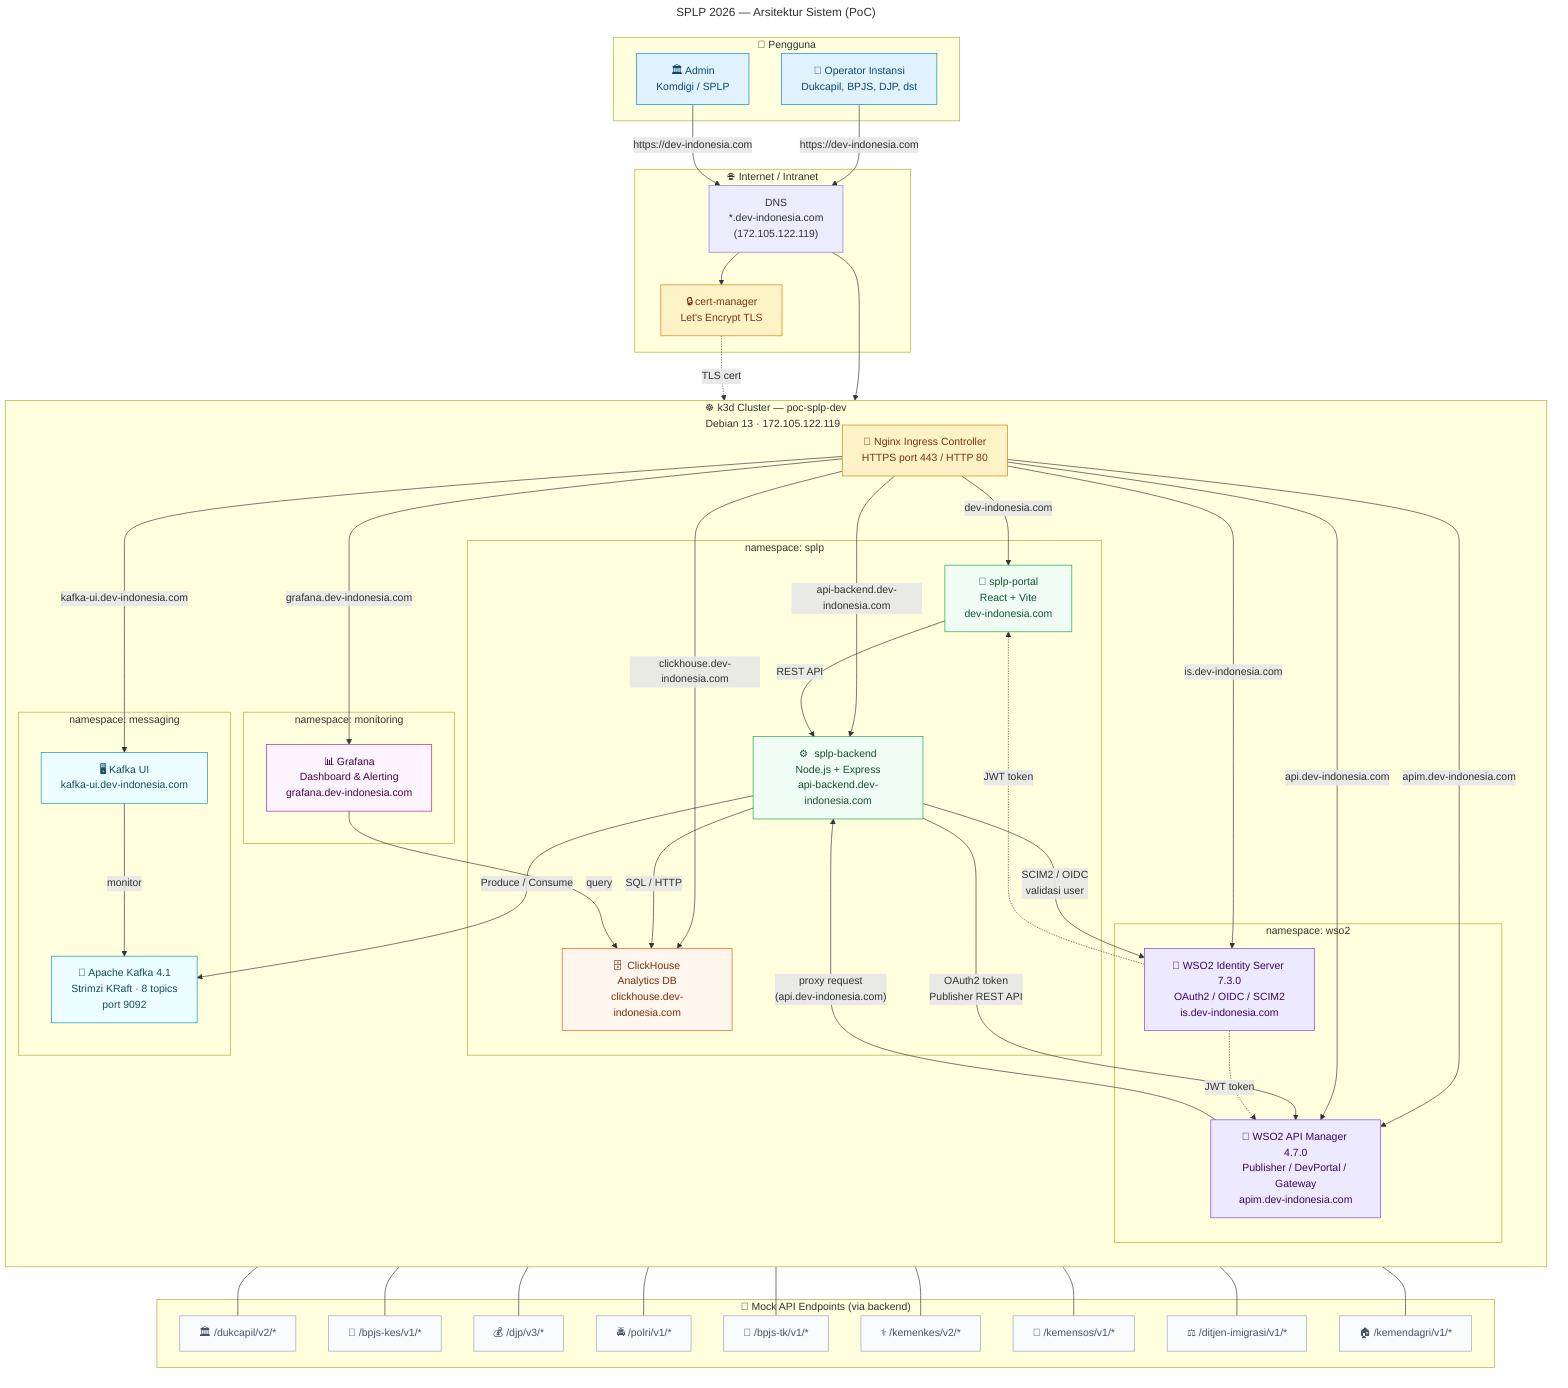
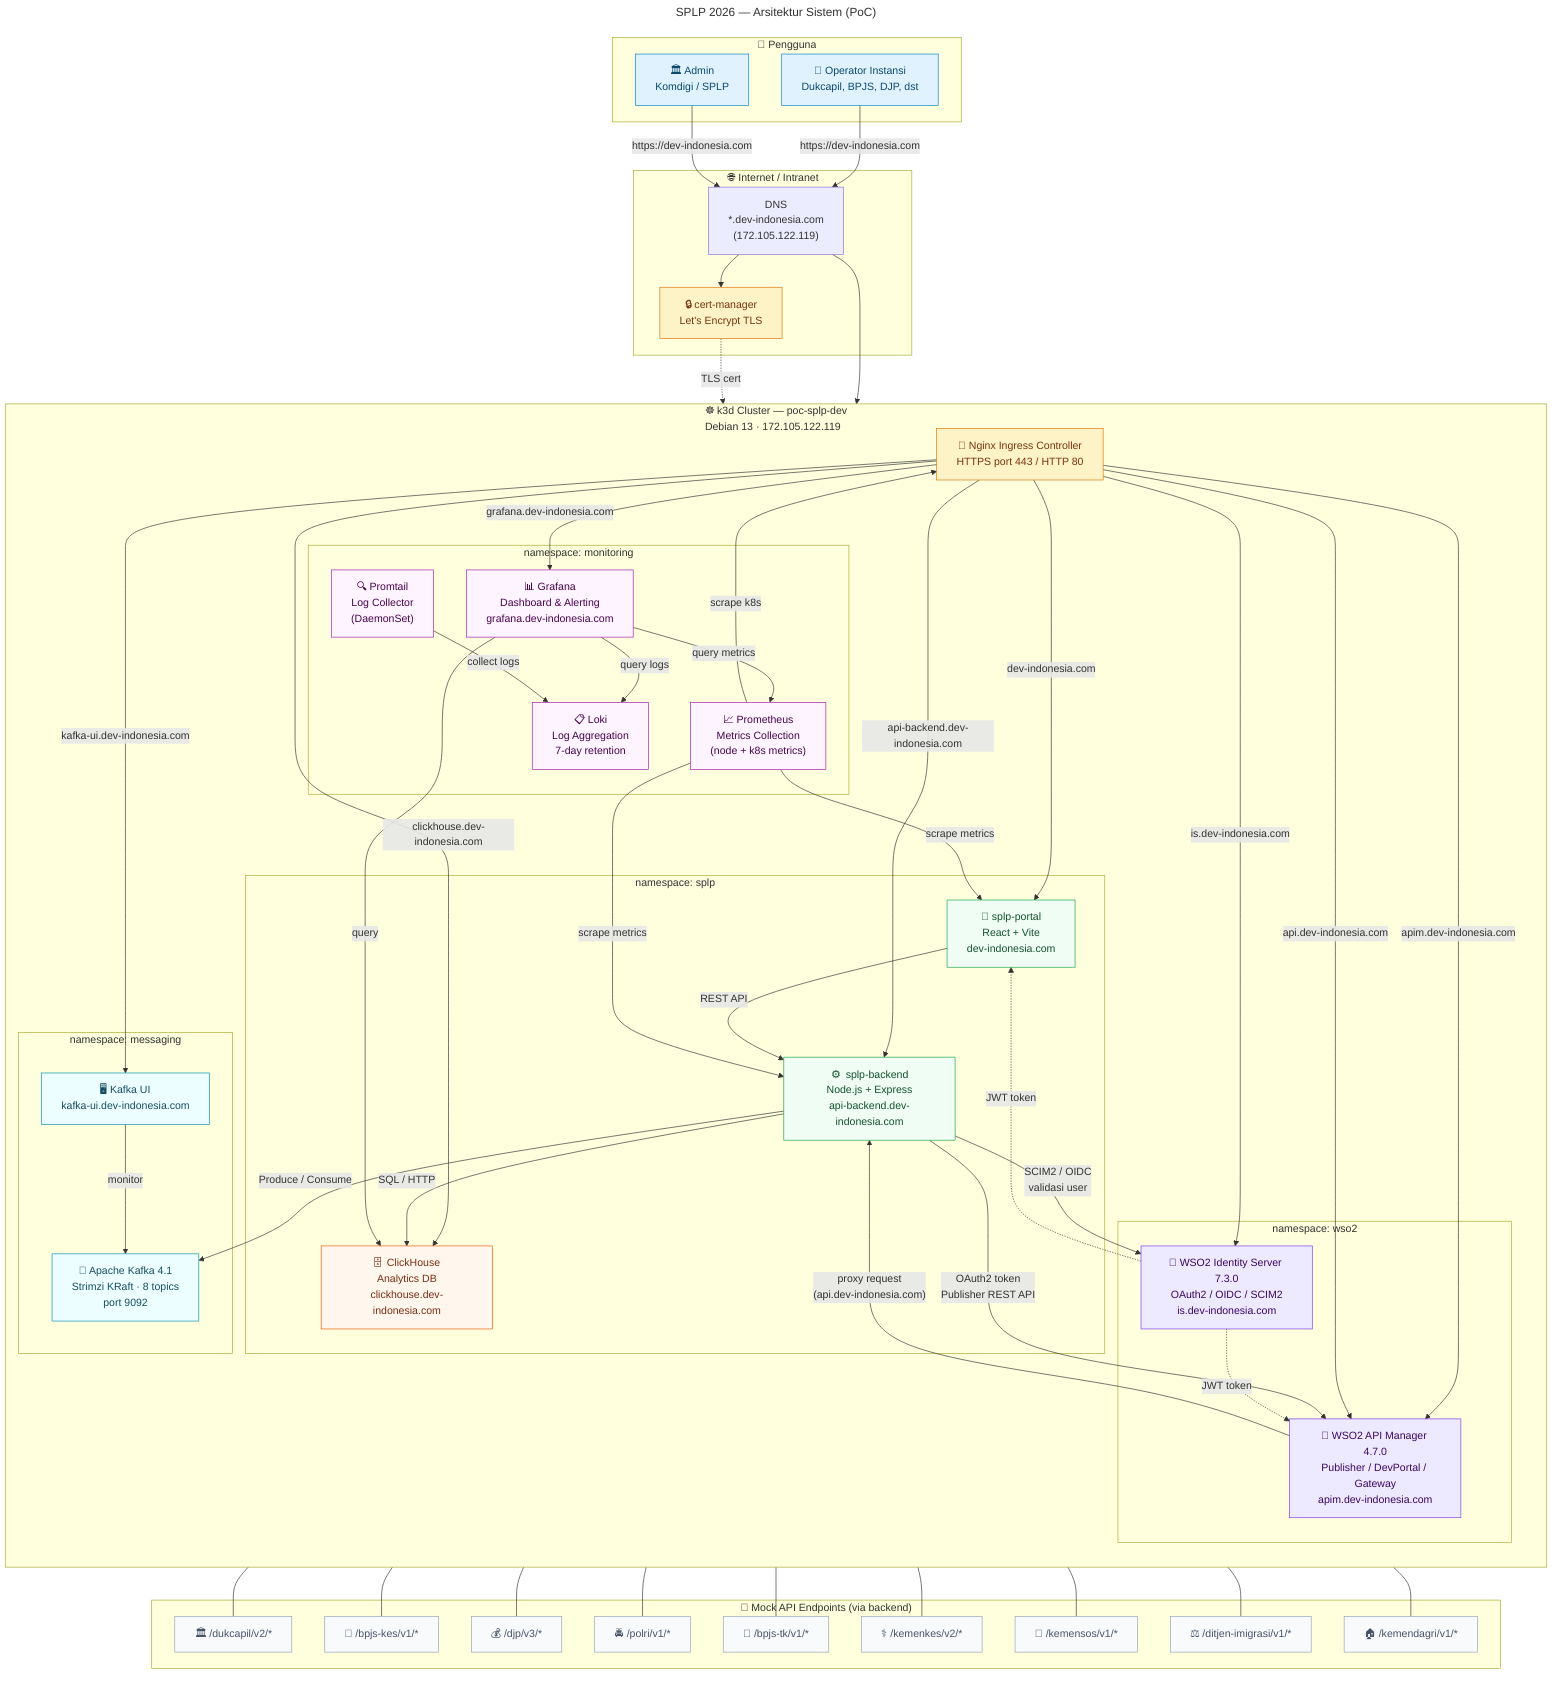
---
title: SPLP 2026 — Arsitektur Sistem (PoC)
---

flowchart TB
    subgraph USERS["👥 Pengguna"]
        UA["🏛️ Admin\nKomdigi / SPLP"]
        UB["🏢 Operator Instansi\nDukcapil, BPJS, DJP, dst"]
    end

    subgraph INTERNET["🌐 Internet / Intranet"]
        DNS["DNS\n*.dev-indonesia.com\n(172.105.122.119)"]
        CERTMGR["🔒 cert-manager\nLet's Encrypt TLS"]
    end

    subgraph K3D["☸️  k3d Cluster — poc-splp-dev\nDebian 13 · 172.105.122.119"]
        direction TB

        NGINX["🔀 Nginx Ingress Controller\nHTTPS port 443 / HTTP 80"]

        subgraph NS_SPLP["namespace: splp"]
            PORTAL["📱 splp-portal\nReact + Vite\ndev-indonesia.com"]
            BACKEND["⚙️  splp-backend\nNode.js + Express\napi-backend.dev-indonesia.com"]
            CH["🗄️  ClickHouse\nAnalytics DB\nclickhouse.dev-indonesia.com"]
        end

        subgraph NS_WSO2["namespace: wso2"]
            APIM["🔌 WSO2 API Manager 4.7.0\nPublisher / DevPortal / Gateway\napim.dev-indonesia.com"]
            IS["🔐 WSO2 Identity Server 7.3.0\nOAuth2 / OIDC / SCIM2\nis.dev-indonesia.com"]
        end

        subgraph NS_MON["namespace: monitoring"]
            GRAFANA["📊 Grafana\nDashboard & Alerting\ngrafana.dev-indonesia.com"]
+             PROMETHEUS["📈 Prometheus\nMetrics Collection\n(node + k8s metrics)"]
+             LOKI["📋 Loki\nLog Aggregation\n7-day retention"]
+             PROMTAIL["🔍 Promtail\nLog Collector\n(DaemonSet)"]
        end

        subgraph NS_KAFKA["namespace: messaging"]
            KAFKA["📨 Apache Kafka 4.1\nStrimzi KRaft · 8 topics\nport 9092"]
            KAFKAUI["🖥️  Kafka UI\nkafka-ui.dev-indonesia.com"]
        end
    end

    subgraph MOCK["🧪 Mock API Endpoints (via backend)"]
        M1["🏛️ /dukcapil/v2/*"]
        M2["🏥 /bpjs-kes/v1/*"]
        M3["💰 /djp/v3/*"]
        M4["🚔 /polri/v1/*"]
        M5["👷 /bpjs-tk/v1/*"]
        M6["⚕️  /kemenkes/v2/*"]
        M7["🤝 /kemensos/v1/*"]
        M8["⚖️  /ditjen-imigrasi/v1/*"]
        M9["🏠 /kemendagri/v1/*"]
    end

    %% User → Ingress
    UA -->|"https://dev-indonesia.com"| DNS
    UB -->|"https://dev-indonesia.com"| DNS
    DNS --> CERTMGR
    CERTMGR -.->|"TLS cert"| NGINX
    DNS --> NGINX

    %% Ingress routing
    NGINX -->|"dev-indonesia.com"| PORTAL
    NGINX -->|"api-backend.dev-indonesia.com"| BACKEND
    NGINX -->|"apim.dev-indonesia.com"| APIM
    NGINX -->|"api.dev-indonesia.com"| APIM
    NGINX -->|"is.dev-indonesia.com"| IS
    NGINX -->|"grafana.dev-indonesia.com"| GRAFANA
    NGINX -->|"clickhouse.dev-indonesia.com"| CH
    NGINX -->|"kafka-ui.dev-indonesia.com"| KAFKAUI

    %% Portal → Backend
    PORTAL -->|"REST API"| BACKEND

    %% Backend → WSO2
    BACKEND -->|"OAuth2 token\nPublisher REST API"| APIM
    BACKEND -->|"SCIM2 / OIDC\nvalidasi user"| IS

    %% Backend → Data
    BACKEND -->|"SQL / HTTP"| CH
    BACKEND -->|"Produce / Consume"| KAFKA

    %% APIM → Mock endpoints
    APIM -->|"proxy request\n(api.dev-indonesia.com)"| BACKEND
    BACKEND --- M1 & M2 & M3 & M4 & M5 & M6 & M7 & M8 & M9

    %% Monitoring
    GRAFANA -->|"query"| CH
+     GRAFANA -->|"query metrics"| PROMETHEUS
+     GRAFANA -->|"query logs"| LOKI
+     PROMETHEUS -->|"scrape metrics"| PORTAL
+     PROMETHEUS -->|"scrape metrics"| BACKEND
+     PROMETHEUS -->|"scrape k8s"| NGINX
+     PROMTAIL -->|"collect logs"| LOKI
    KAFKAUI -->|"monitor"| KAFKA

    %% Auth flow
    IS -.->|"JWT token"| PORTAL
    IS -.->|"JWT token"| APIM

    %% Styling
    classDef user      fill:#e0f2fe,stroke:#0284c7,color:#0c4a6e
    classDef ingress   fill:#fef3c7,stroke:#d97706,color:#78350f
    classDef app       fill:#f0fdf4,stroke:#16a34a,color:#14532d
    classDef wso2      fill:#ede9fe,stroke:#7c3aed,color:#3b0764
    classDef data      fill:#fff7ed,stroke:#ea580c,color:#7c2d12
    classDef monitor   fill:#fdf4ff,stroke:#a21caf,color:#4a044e
    classDef kafka     fill:#ecfeff,stroke:#0891b2,color:#164e63
    classDef mock      fill:#f8fafc,stroke:#94a3b8,color:#475569

    class UA,UB user
    class NGINX ingress
    class PORTAL,BACKEND app
    class APIM,IS wso2
    class CH data
-     class GRAFANA monitor
+     class GRAFANA,PROMETHEUS,LOKI,PROMTAIL monitor
    class KAFKA,KAFKAUI kafka
    class M1,M2,M3,M4,M5,M6,M7,M8,M9 mock
    class CERTMGR ingress
